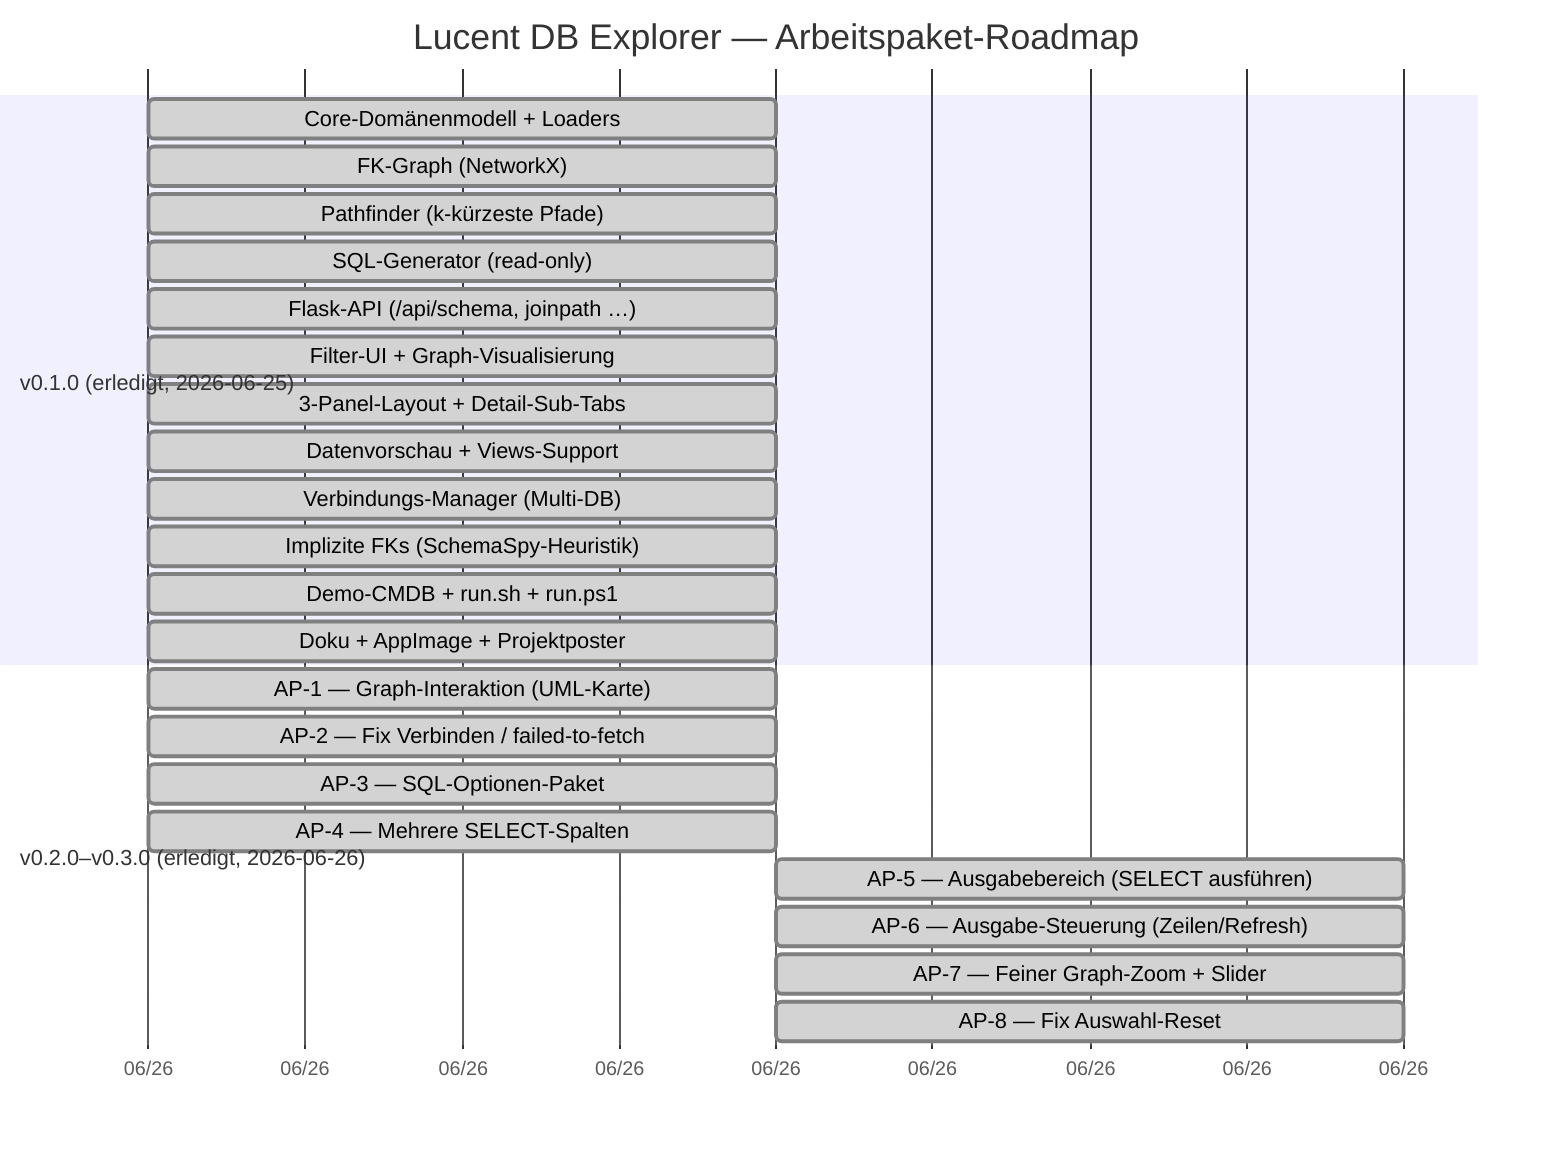
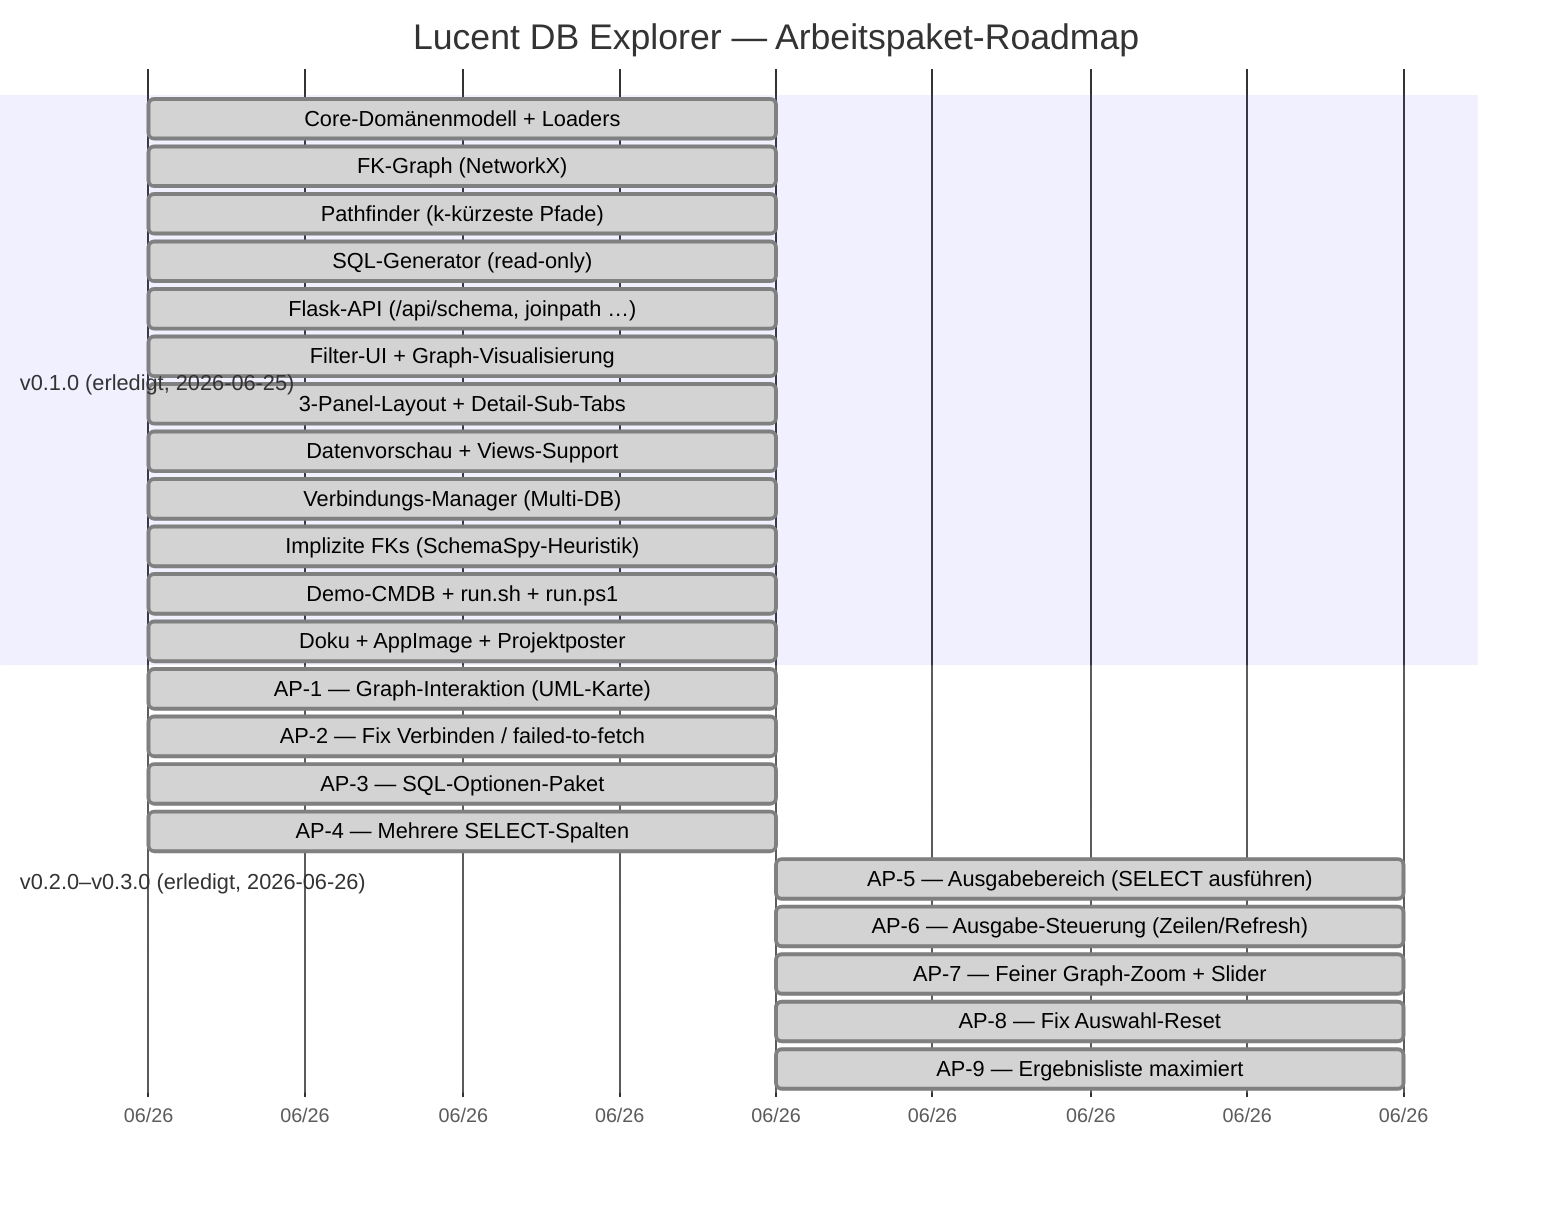
gantt
    title Lucent DB Explorer — Arbeitspaket-Roadmap
    dateFormat  YYYY-MM-DD
    axisFormat  %m/%y

    section v0.1.0 (erledigt, 2026-06-25)
    Core-Domänenmodell + Loaders          :done, d1, 2026-06-25, 1d
    FK-Graph (NetworkX)                   :done, d2, 2026-06-25, 1d
    Pathfinder (k-kürzeste Pfade)         :done, d3, 2026-06-25, 1d
    SQL-Generator (read-only)             :done, d4, 2026-06-25, 1d
    Flask-API (/api/schema, joinpath …)   :done, d5, 2026-06-25, 1d
    Filter-UI + Graph-Visualisierung      :done, d6, 2026-06-25, 1d
    3-Panel-Layout + Detail-Sub-Tabs      :done, d7, 2026-06-25, 1d
    Datenvorschau + Views-Support         :done, d8, 2026-06-25, 1d
    Verbindungs-Manager (Multi-DB)        :done, d9, 2026-06-25, 1d
    Implizite FKs (SchemaSpy-Heuristik)   :done, d10, 2026-06-25, 1d
    Demo-CMDB + run.sh + run.ps1          :done, d11, 2026-06-25, 1d
    Doku + AppImage + Projektposter       :done, d12, 2026-06-25, 1d

    section v0.2.0–v0.3.0 (erledigt, 2026-06-26)
    AP-1 — Graph-Interaktion (UML-Karte)        :done, a1, 2026-06-25, 1d
    AP-2 — Fix Verbinden / failed-to-fetch      :done, a2, 2026-06-25, 1d
    AP-3 — SQL-Optionen-Paket                   :done, a3, 2026-06-25, 1d
    AP-4 — Mehrere SELECT-Spalten               :done, a4, 2026-06-25, 1d
    AP-5 — Ausgabebereich (SELECT ausführen)    :done, a5, 2026-06-26, 1d
    AP-6 — Ausgabe-Steuerung (Zeilen/Refresh)   :done, a6, 2026-06-26, 1d
    AP-7 — Feiner Graph-Zoom + Slider           :done, a7, 2026-06-26, 1d
    AP-8 — Fix Auswahl-Reset                    :done, a8, 2026-06-26, 1d
+     AP-9 — Ergebnisliste maximiert              :done, a9, 2026-06-26, 1d
